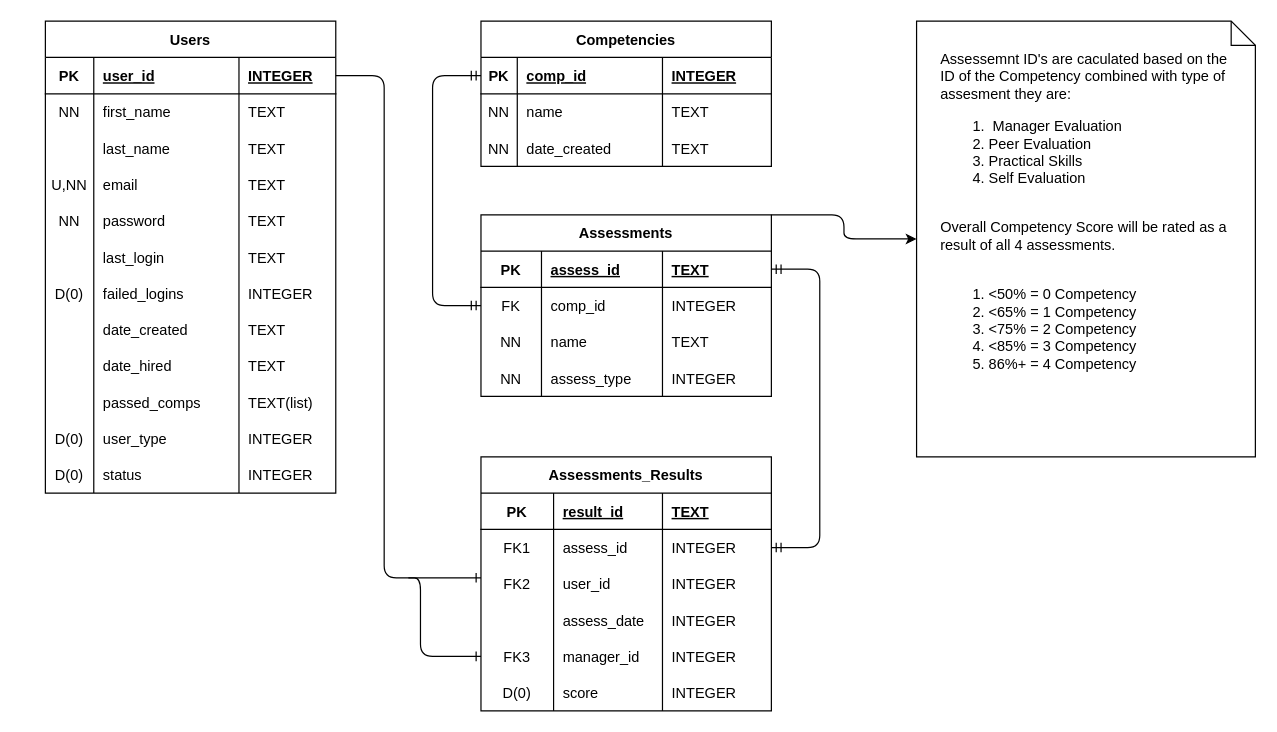
This is erd.drawio from darthcircuit/capstone_project, a draw.io file, before an edit. Source tidied: cells renumbered, new cells numbered last; positions are measured from the earlier drawing's top-left corner, leaving out a move shared by most shapes. Both pictures are drawn from the tidied source at 121%, with x=0, y=0 at pixel (45, 21).
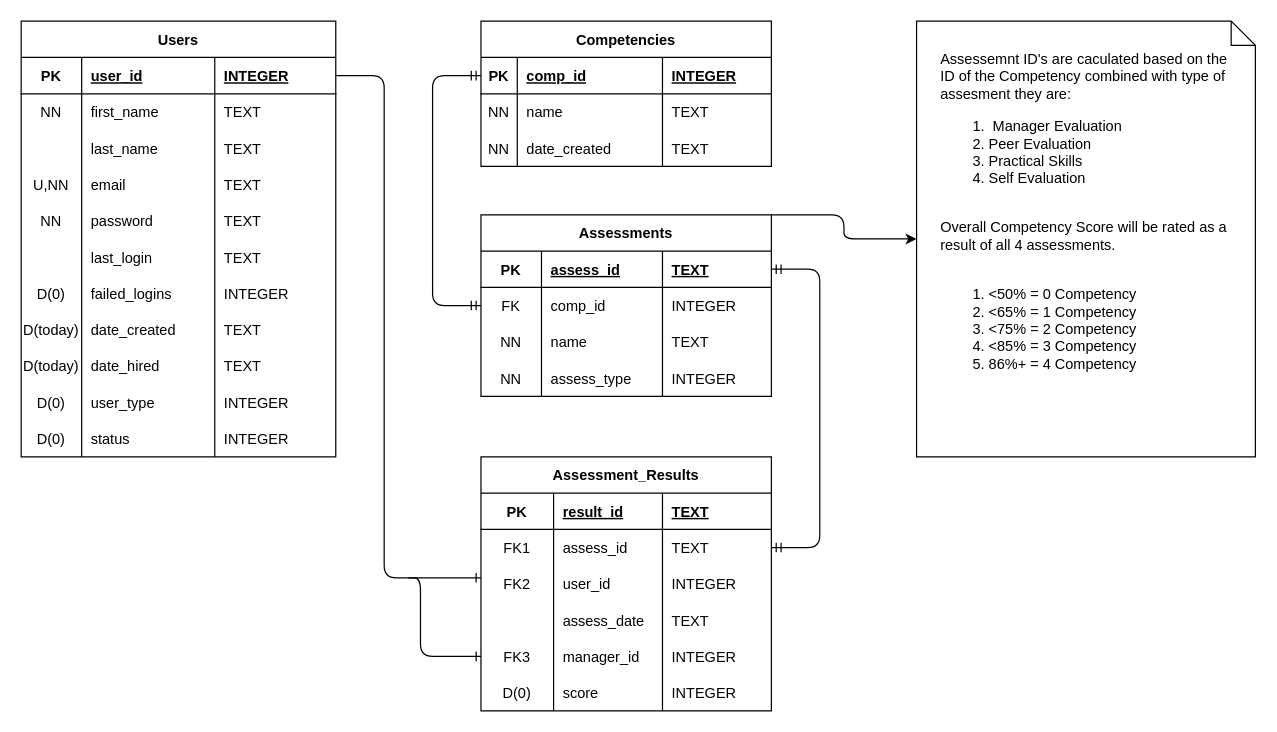
Above is the later version.

The change refers to these unchanged cells:
```xml
<mxCell id="56" style="shape=partialRectangle;fillColor=none;top=0;left=0;bottom=0;right=0;points=[[0,0.5],[1,0.5]];portConstraint=eastwest;" parent="51" vertex="1">
  <mxGeometry y="60" width="240" height="30" as="geometry" />
</mxCell>
<mxCell id="64" style="shape=partialRectangle;fillColor=none;top=0;left=0;bottom=0;right=0;" parent="51" vertex="1">
  <mxGeometry y="120" width="240" height="30" as="geometry" />
</mxCell>
```

The edit, as a diff of the source:
```diff
@@
     <mxCell id="2" value="Users" style="shape=table;startSize=30;childLayout=tableLayout;rowLines=0;fontStyle=1;align=center;" parent="1" vertex="1">
-      <mxGeometry width="240" height="390" as="geometry" />
+      <mxGeometry x="-20" width="260" height="360" as="geometry" />
     </mxCell>
     <mxCell id="3" style="shape=partialRectangle;fillColor=none;top=0;left=0;bottom=1;right=0;points=[[0,0.5],[1,0.5]];portConstraint=eastwest;" parent="2" vertex="1">
-      <mxGeometry y="30" width="240" height="30" as="geometry" />
+      <mxGeometry y="30" width="260" height="30" as="geometry" />
     </mxCell>
     <mxCell id="4" value="PK" style="shape=partialRectangle;fillColor=none;top=0;left=0;bottom=0;right=0;fontStyle=1;overflow=hidden;" parent="3" vertex="1">
-      <mxGeometry width="40" height="30" as="geometry" />
+      <mxGeometry width="50" height="30" as="geometry" />
     </mxCell>
     <mxCell id="5" value="user_id" style="shape=partialRectangle;fillColor=none;top=0;left=0;bottom=0;right=0;align=left;spacingLeft=6;fontStyle=5;overflow=hidden;" parent="3" vertex="1">
-      <mxGeometry x="40" width="120" height="30" as="geometry" />
+      <mxGeometry x="50" width="110" height="30" as="geometry" />
     </mxCell>
     <mxCell id="6" value="INTEGER" style="shape=partialRectangle;fillColor=none;top=0;left=0;bottom=0;right=0;align=left;spacingLeft=6;fontStyle=5;overflow=hidden;" parent="3" vertex="1">
-      <mxGeometry x="160" width="80" height="30" as="geometry" />
+      <mxGeometry x="160" width="100" height="30" as="geometry" />
     </mxCell>
     <mxCell id="7" style="shape=partialRectangle;fillColor=none;top=0;left=0;bottom=0;right=0;" parent="2" vertex="1">
-      <mxGeometry y="60" width="240" height="30" as="geometry" />
+      <mxGeometry y="60" width="260" height="30" as="geometry" />
     </mxCell>
     <mxCell id="8" value="NN" style="shape=partialRectangle;fillColor=none;top=0;left=0;bottom=0;right=0;overflow=hidden;" parent="7" vertex="1">
-      <mxGeometry width="40" height="30" as="geometry" />
+      <mxGeometry width="50" height="30" as="geometry" />
     </mxCell>
     <mxCell id="9" value="first_name" style="shape=partialRectangle;fillColor=none;top=0;left=0;bottom=0;right=0;align=left;spacingLeft=6;overflow=hidden;" parent="7" vertex="1">
-      <mxGeometry x="40" width="120" height="30" as="geometry" />
+      <mxGeometry x="50" width="110" height="30" as="geometry" />
     </mxCell>
     <mxCell id="10" value="TEXT" style="shape=partialRectangle;fillColor=none;top=0;left=0;bottom=0;right=0;align=left;spacingLeft=6;overflow=hidden;" parent="7" vertex="1">
-      <mxGeometry x="160" width="80" height="30" as="geometry" />
+      <mxGeometry x="160" width="100" height="30" as="geometry" />
     </mxCell>
     <mxCell id="11" style="shape=partialRectangle;fillColor=none;top=0;left=0;bottom=0;right=0;" parent="2" vertex="1">
-      <mxGeometry y="90" width="240" height="30" as="geometry" />
+      <mxGeometry y="90" width="260" height="30" as="geometry" />
     </mxCell>
     <mxCell id="12" style="shape=partialRectangle;fillColor=none;top=0;left=0;bottom=0;right=0;overflow=hidden;" parent="11" vertex="1">
-      <mxGeometry width="40" height="30" as="geometry" />
+      <mxGeometry width="50" height="30" as="geometry" />
     </mxCell>
     <mxCell id="13" value="last_name" style="shape=partialRectangle;fillColor=none;top=0;left=0;bottom=0;right=0;align=left;spacingLeft=6;overflow=hidden;" parent="11" vertex="1">
-      <mxGeometry x="40" width="120" height="30" as="geometry" />
+      <mxGeometry x="50" width="110" height="30" as="geometry" />
     </mxCell>
     <mxCell id="14" value="TEXT" style="shape=partialRectangle;fillColor=none;top=0;left=0;bottom=0;right=0;align=left;spacingLeft=6;overflow=hidden;" parent="11" vertex="1">
-      <mxGeometry x="160" width="80" height="30" as="geometry" />
+      <mxGeometry x="160" width="100" height="30" as="geometry" />
     </mxCell>
     <mxCell id="15" style="shape=partialRectangle;fillColor=none;top=0;left=0;bottom=0;right=0;" parent="2" vertex="1">
-      <mxGeometry y="120" width="240" height="30" as="geometry" />
+      <mxGeometry y="120" width="260" height="30" as="geometry" />
     </mxCell>
     <mxCell id="16" value="U,NN" style="shape=partialRectangle;fillColor=none;top=0;left=0;bottom=0;right=0;overflow=hidden;" parent="15" vertex="1">
-      <mxGeometry width="40" height="30" as="geometry" />
+      <mxGeometry width="50" height="30" as="geometry" />
     </mxCell>
     <mxCell id="17" value="email" style="shape=partialRectangle;fillColor=none;top=0;left=0;bottom=0;right=0;align=left;spacingLeft=6;overflow=hidden;" parent="15" vertex="1">
-      <mxGeometry x="40" width="120" height="30" as="geometry" />
+      <mxGeometry x="50" width="110" height="30" as="geometry" />
     </mxCell>
     <mxCell id="18" value="TEXT" style="shape=partialRectangle;fillColor=none;top=0;left=0;bottom=0;right=0;align=left;spacingLeft=6;overflow=hidden;" parent="15" vertex="1">
-      <mxGeometry x="160" width="80" height="30" as="geometry" />
+      <mxGeometry x="160" width="100" height="30" as="geometry" />
     </mxCell>
     <mxCell id="19" style="shape=partialRectangle;fillColor=none;top=0;left=0;bottom=0;right=0;" parent="2" vertex="1">
-      <mxGeometry y="150" width="240" height="30" as="geometry" />
+      <mxGeometry y="150" width="260" height="30" as="geometry" />
     </mxCell>
     <mxCell id="20" value="NN" style="shape=partialRectangle;fillColor=none;top=0;left=0;bottom=0;right=0;overflow=hidden;" parent="19" vertex="1">
-      <mxGeometry width="40" height="30" as="geometry" />
+      <mxGeometry width="50" height="30" as="geometry" />
     </mxCell>
     <mxCell id="21" value="password" style="shape=partialRectangle;fillColor=none;top=0;left=0;bottom=0;right=0;align=left;spacingLeft=6;overflow=hidden;" parent="19" vertex="1">
-      <mxGeometry x="40" width="120" height="30" as="geometry" />
+      <mxGeometry x="50" width="110" height="30" as="geometry" />
     </mxCell>
     <mxCell id="22" value="TEXT" style="shape=partialRectangle;fillColor=none;top=0;left=0;bottom=0;right=0;align=left;spacingLeft=6;overflow=hidden;" parent="19" vertex="1">
-      <mxGeometry x="160" width="80" height="30" as="geometry" />
+      <mxGeometry x="160" width="100" height="30" as="geometry" />
     </mxCell>
     <mxCell id="23" style="shape=partialRectangle;fillColor=none;top=0;left=0;bottom=0;right=0;" parent="2" vertex="1">
-      <mxGeometry y="180" width="240" height="30" as="geometry" />
+      <mxGeometry y="180" width="260" height="30" as="geometry" />
     </mxCell>
     <mxCell id="24" style="shape=partialRectangle;fillColor=none;top=0;left=0;bottom=0;right=0;overflow=hidden;" parent="23" vertex="1">
-      <mxGeometry width="40" height="30" as="geometry" />
+      <mxGeometry width="50" height="30" as="geometry" />
     </mxCell>
     <mxCell id="25" value="last_login" style="shape=partialRectangle;fillColor=none;top=0;left=0;bottom=0;right=0;align=left;spacingLeft=6;overflow=hidden;" parent="23" vertex="1">
-      <mxGeometry x="40" width="120" height="30" as="geometry" />
+      <mxGeometry x="50" width="110" height="30" as="geometry" />
     </mxCell>
     <mxCell id="26" value="TEXT" style="shape=partialRectangle;fillColor=none;top=0;left=0;bottom=0;right=0;align=left;spacingLeft=6;overflow=hidden;" parent="23" vertex="1">
-      <mxGeometry x="160" width="80" height="30" as="geometry" />
+      <mxGeometry x="160" width="100" height="30" as="geometry" />
     </mxCell>
     <mxCell id="27" style="shape=partialRectangle;fillColor=none;top=0;left=0;bottom=0;right=0;" parent="2" vertex="1">
-      <mxGeometry y="210" width="240" height="30" as="geometry" />
+      <mxGeometry y="210" width="260" height="30" as="geometry" />
     </mxCell>
     <mxCell id="28" value="D(0)" style="shape=partialRectangle;fillColor=none;top=0;left=0;bottom=0;right=0;overflow=hidden;" parent="27" vertex="1">
-      <mxGeometry width="40" height="30" as="geometry" />
+      <mxGeometry width="50" height="30" as="geometry" />
     </mxCell>
     <mxCell id="29" value="failed_logins" style="shape=partialRectangle;fillColor=none;top=0;left=0;bottom=0;right=0;align=left;spacingLeft=6;overflow=hidden;" parent="27" vertex="1">
-      <mxGeometry x="40" width="120" height="30" as="geometry" />
+      <mxGeometry x="50" width="110" height="30" as="geometry" />
     </mxCell>
     <mxCell id="30" value="INTEGER" style="shape=partialRectangle;fillColor=none;top=0;left=0;bottom=0;right=0;align=left;spacingLeft=6;overflow=hidden;" parent="27" vertex="1">
-      <mxGeometry x="160" width="80" height="30" as="geometry" />
+      <mxGeometry x="160" width="100" height="30" as="geometry" />
     </mxCell>
     <mxCell id="31" style="shape=partialRectangle;fillColor=none;top=0;left=0;bottom=0;right=0;" parent="2" vertex="1">
-      <mxGeometry y="240" width="240" height="30" as="geometry" />
+      <mxGeometry y="240" width="260" height="30" as="geometry" />
     </mxCell>
-    <mxCell id="32" style="shape=partialRectangle;fillColor=none;top=0;left=0;bottom=0;right=0;overflow=hidden;" parent="31" vertex="1">
-      <mxGeometry width="40" height="30" as="geometry" />
+    <mxCell id="32" value="D(today)" style="shape=partialRectangle;fillColor=none;top=0;left=0;bottom=0;right=0;overflow=hidden;" parent="31" vertex="1">
+      <mxGeometry width="50" height="30" as="geometry" />
     </mxCell>
     <mxCell id="33" value="date_created" style="shape=partialRectangle;fillColor=none;top=0;left=0;bottom=0;right=0;align=left;spacingLeft=6;overflow=hidden;" parent="31" vertex="1">
-      <mxGeometry x="40" width="120" height="30" as="geometry" />
+      <mxGeometry x="50" width="110" height="30" as="geometry" />
     </mxCell>
     <mxCell id="34" value="TEXT" style="shape=partialRectangle;fillColor=none;top=0;left=0;bottom=0;right=0;align=left;spacingLeft=6;overflow=hidden;" parent="31" vertex="1">
-      <mxGeometry x="160" width="80" height="30" as="geometry" />
+      <mxGeometry x="160" width="100" height="30" as="geometry" />
     </mxCell>
     <mxCell id="35" style="shape=partialRectangle;fillColor=none;top=0;left=0;bottom=0;right=0;" parent="2" vertex="1">
-      <mxGeometry y="270" width="240" height="30" as="geometry" />
+      <mxGeometry y="270" width="260" height="30" as="geometry" />
     </mxCell>
-    <mxCell id="36" style="shape=partialRectangle;fillColor=none;top=0;left=0;bottom=0;right=0;overflow=hidden;" parent="35" vertex="1">
-      <mxGeometry width="40" height="30" as="geometry" />
+    <mxCell id="36" value="D(today)" style="shape=partialRectangle;fillColor=none;top=0;left=0;bottom=0;right=0;overflow=hidden;" parent="35" vertex="1">
+      <mxGeometry width="50" height="30" as="geometry" />
     </mxCell>
     <mxCell id="37" value="date_hired" style="shape=partialRectangle;fillColor=none;top=0;left=0;bottom=0;right=0;align=left;spacingLeft=6;overflow=hidden;" parent="35" vertex="1">
-      <mxGeometry x="40" width="120" height="30" as="geometry" />
+      <mxGeometry x="50" width="110" height="30" as="geometry" />
     </mxCell>
     <mxCell id="38" value="TEXT" style="shape=partialRectangle;fillColor=none;top=0;left=0;bottom=0;right=0;align=left;spacingLeft=6;overflow=hidden;" parent="35" vertex="1">
-      <mxGeometry x="160" width="80" height="30" as="geometry" />
+      <mxGeometry x="160" width="100" height="30" as="geometry" />
     </mxCell>
-    <mxCell id="39" style="shape=partialRectangle;fillColor=none;top=0;left=0;bottom=0;right=0;" parent="2" vertex="1">
-      <mxGeometry y="300" width="240" height="30" as="geometry" />
-    </mxCell>
-    <mxCell id="40" style="shape=partialRectangle;fillColor=none;top=0;left=0;bottom=0;right=0;overflow=hidden;" parent="39" vertex="1">
-      <mxGeometry width="40" height="30" as="geometry" />
-    </mxCell>
-    <mxCell id="41" value="passed_comps" style="shape=partialRectangle;fillColor=none;top=0;left=0;bottom=0;right=0;align=left;spacingLeft=6;overflow=hidden;" parent="39" vertex="1">
-      <mxGeometry x="40" width="120" height="30" as="geometry" />
-    </mxCell>
-    <mxCell id="42" value="TEXT(list)" style="shape=partialRectangle;fillColor=none;top=0;left=0;bottom=0;right=0;align=left;spacingLeft=6;overflow=hidden;" parent="39" vertex="1">
-      <mxGeometry x="160" width="80" height="30" as="geometry" />
-    </mxCell>
     <mxCell id="43" style="shape=partialRectangle;fillColor=none;top=0;left=0;bottom=0;right=0;" parent="2" vertex="1">
-      <mxGeometry y="330" width="240" height="30" as="geometry" />
+      <mxGeometry y="300" width="260" height="30" as="geometry" />
     </mxCell>
     <mxCell id="44" value="D(0)" style="shape=partialRectangle;fillColor=none;top=0;left=0;bottom=0;right=0;overflow=hidden;" parent="43" vertex="1">
-      <mxGeometry width="40" height="30" as="geometry" />
+      <mxGeometry width="50" height="30" as="geometry" />
     </mxCell>
     <mxCell id="45" value="user_type" style="shape=partialRectangle;fillColor=none;top=0;left=0;bottom=0;right=0;align=left;spacingLeft=6;overflow=hidden;" parent="43" vertex="1">
-      <mxGeometry x="40" width="120" height="30" as="geometry" />
+      <mxGeometry x="50" width="110" height="30" as="geometry" />
     </mxCell>
     <mxCell id="46" value="INTEGER" style="shape=partialRectangle;fillColor=none;top=0;left=0;bottom=0;right=0;align=left;spacingLeft=6;overflow=hidden;" parent="43" vertex="1">
-      <mxGeometry x="160" width="80" height="30" as="geometry" />
+      <mxGeometry x="160" width="100" height="30" as="geometry" />
     </mxCell>
     <mxCell id="47" style="shape=partialRectangle;fillColor=none;top=0;left=0;bottom=0;right=0;" parent="2" vertex="1">
-      <mxGeometry y="360" width="240" height="30" as="geometry" />
+      <mxGeometry y="330" width="260" height="30" as="geometry" />
     </mxCell>
     <mxCell id="48" value="D(0)" style="shape=partialRectangle;fillColor=none;top=0;left=0;bottom=0;right=0;overflow=hidden;" parent="47" vertex="1">
-      <mxGeometry width="40" height="30" as="geometry" />
+      <mxGeometry width="50" height="30" as="geometry" />
     </mxCell>
     <mxCell id="49" value="status" style="shape=partialRectangle;fillColor=none;top=0;left=0;bottom=0;right=0;align=left;spacingLeft=6;overflow=hidden;" parent="47" vertex="1">
-      <mxGeometry x="40" width="120" height="30" as="geometry" />
+      <mxGeometry x="50" width="110" height="30" as="geometry" />
     </mxCell>
     <mxCell id="50" value="INTEGER" style="shape=partialRectangle;fillColor=none;top=0;left=0;bottom=0;right=0;align=left;spacingLeft=6;overflow=hidden;" parent="47" vertex="1">
-      <mxGeometry x="160" width="80" height="30" as="geometry" />
+      <mxGeometry x="160" width="100" height="30" as="geometry" />
     </mxCell>
-    <mxCell id="51" value="Assessments_Results" style="shape=table;startSize=30;childLayout=tableLayout;rowLines=0;fontStyle=1;align=center;" parent="1" vertex="1">
+    <mxCell id="51" value="Assessment_Results" style="shape=table;startSize=30;childLayout=tableLayout;rowLines=0;fontStyle=1;align=center;" parent="1" vertex="1">
       <mxGeometry x="360" y="360" width="240" height="210" as="geometry" />
     </mxCell>
@@
-    <mxCell id="59" value="INTEGER" style="shape=partialRectangle;fillColor=none;top=0;left=0;bottom=0;right=0;align=left;spacingLeft=6;overflow=hidden;" parent="56" vertex="1">
+    <mxCell id="59" value="TEXT" style="shape=partialRectangle;fillColor=none;top=0;left=0;bottom=0;right=0;align=left;spacingLeft=6;overflow=hidden;" parent="56" vertex="1">
       <mxGeometry x="150" width="90" height="30" as="geometry" />
     </mxCell>
@@
-    <mxCell id="67" value="INTEGER" style="shape=partialRectangle;fillColor=none;top=0;left=0;bottom=0;right=0;align=left;spacingLeft=6;overflow=hidden;" parent="64" vertex="1">
+    <mxCell id="67" value="TEXT" style="shape=partialRectangle;fillColor=none;top=0;left=0;bottom=0;right=0;align=left;spacingLeft=6;overflow=hidden;" parent="64" vertex="1">
       <mxGeometry x="150" width="90" height="30" as="geometry" />
     </mxCell>
```
